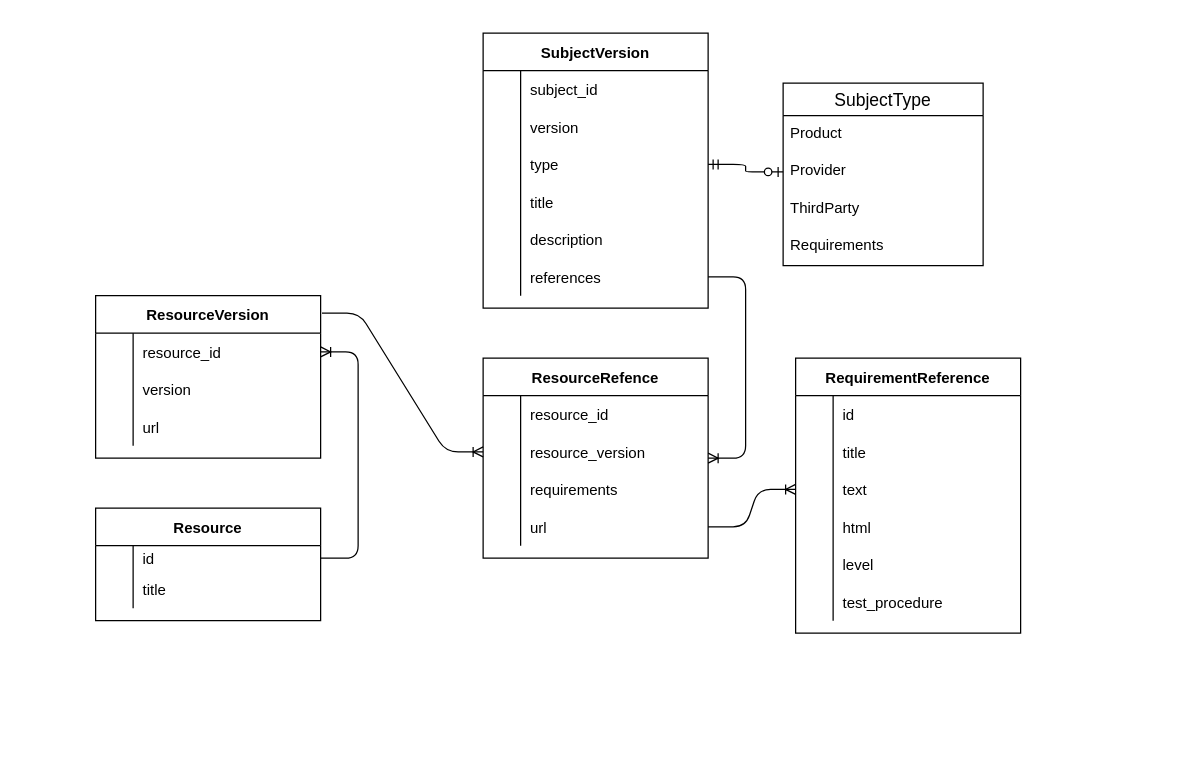
Above: draw.io/DataModell.drawio in spilikin/spegg (draw.io), before the change. Source tidied: cells renumbered, new cells numbered last; positions are measured from the earlier drawing's top-left corner, leaving out a move shared by most shapes. Both pictures are drawn from the tidied source at 125%, with x=0, y=0 at pixel (95, 32).
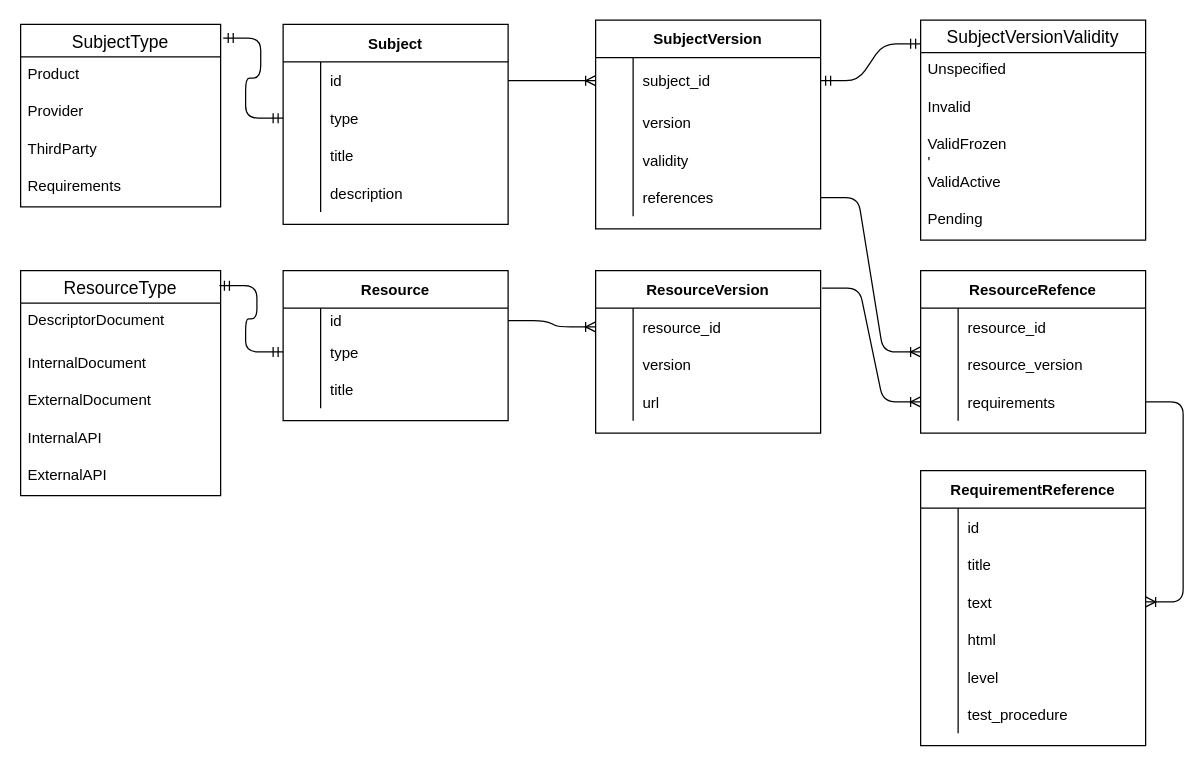
After the change.

The change refers to these unchanged cells:
```xml
<mxCell id="23" value="Provider" style="text;strokeColor=none;fillColor=none;spacingLeft=4;spacingRight=4;overflow=hidden;points=[[0,0.5],[1,0.5]];portConstraint=eastwest;fontSize=12;" parent="21" vertex="1">
  <mxGeometry y="56" width="160" height="30" as="geometry" />
</mxCell>
<mxCell id="32" style="shape=partialRectangle;fillColor=none;top=0;left=0;bottom=0;right=0;points=[[0,0.5],[1,0.5]];portConstraint=eastwest;" parent="28" vertex="1">
  <mxGeometry y="60" width="180" height="30" as="geometry" />
</mxCell>
<mxCell id="35" style="shape=partialRectangle;fillColor=none;top=0;left=0;bottom=0;right=0;points=[[0,0.5],[1,0.5]];portConstraint=eastwest;" parent="28" vertex="1">
  <mxGeometry y="90" width="180" height="30" as="geometry" />
</mxCell>
<mxCell id="51" style="shape=partialRectangle;fillColor=none;top=0;left=0;bottom=0;right=0;points=[[0,0.5],[1,0.5]];portConstraint=eastwest;" parent="44" vertex="1">
  <mxGeometry y="90" width="180" height="30" as="geometry" />
</mxCell>
<mxCell id="64" style="shape=partialRectangle;fillColor=none;top=0;left=0;bottom=0;right=0;points=[[0,0.5],[1,0.5]];portConstraint=eastwest;" parent="63" vertex="1">
  <mxGeometry y="30" width="180" height="30" as="geometry" />
</mxCell>
<mxCell id="74" style="shape=partialRectangle;fillColor=none;top=0;left=0;bottom=0;right=0;points=[[0,0.5],[1,0.5]];portConstraint=eastwest;" parent="73" vertex="1">
  <mxGeometry y="30" width="180" height="20" as="geometry" />
</mxCell>
<mxCell id="77" style="shape=partialRectangle;fillColor=none;top=0;left=0;bottom=0;right=0;points=[[0,0.5],[1,0.5]];portConstraint=eastwest;" parent="73" vertex="1">
  <mxGeometry y="50" width="180" height="30" as="geometry" />
</mxCell>
```

Change to the diagram source:
```diff
@@
     <mxCell id="2" value="SubjectVersion" style="shape=table;startSize=30;childLayout=tableLayout;rowLines=0;fontStyle=1;align=center;" parent="1" vertex="1">
-      <mxGeometry x="310" width="180" height="220" as="geometry" />
+      <mxGeometry x="400" y="-10.5" width="180" height="167" as="geometry" />
     </mxCell>
     <mxCell id="3" style="shape=partialRectangle;fillColor=none;points=[[0,0.5],[1,0.5]];portConstraint=eastwest;top=0;left=0;right=0;bottom=0;" parent="2" vertex="1">
-      <mxGeometry y="30" width="180" height="30" as="geometry" />
+      <mxGeometry y="30" width="180" height="37" as="geometry" />
     </mxCell>
     <mxCell id="4" style="shape=partialRectangle;overflow=hidden;fillColor=none;top=0;left=0;bottom=0;right=0;" parent="3" vertex="1">
-      <mxGeometry width="30" height="30" as="geometry" />
+      <mxGeometry width="30" height="37" as="geometry" />
     </mxCell>
     <mxCell id="5" value="subject_id" style="shape=partialRectangle;overflow=hidden;fillColor=none;top=0;left=0;bottom=0;right=0;align=left;spacingLeft=6;" parent="3" vertex="1">
-      <mxGeometry x="30" width="150" height="30" as="geometry" />
+      <mxGeometry x="30" width="150" height="37" as="geometry" />
     </mxCell>
     <mxCell id="6" style="shape=partialRectangle;fillColor=none;top=0;left=0;right=0;bottom=0;" parent="2" vertex="1">
-      <mxGeometry y="60" width="180" height="30" as="geometry" />
+      <mxGeometry y="67" width="180" height="30" as="geometry" />
     </mxCell>
@@
-    <mxCell id="9" style="shape=partialRectangle;fillColor=none;points=[[0,0.5],[1,0.5]];portConstraint=eastwest;top=0;left=0;right=0;bottom=0;" parent="2" vertex="1">
-      <mxGeometry y="90" width="180" height="30" as="geometry" />
-    </mxCell>
-    <mxCell id="10" style="shape=partialRectangle;overflow=hidden;fillColor=none;top=0;left=0;bottom=0;right=0;" parent="9" vertex="1">
-      <mxGeometry width="30" height="30" as="geometry" />
-    </mxCell>
-    <mxCell id="11" value="type" style="shape=partialRectangle;overflow=hidden;fillColor=none;top=0;left=0;bottom=0;right=0;align=left;spacingLeft=6;" parent="9" vertex="1">
-      <mxGeometry x="30" width="150" height="30" as="geometry" />
-    </mxCell>
-    <mxCell id="12" style="shape=partialRectangle;fillColor=none;top=0;left=0;right=0;bottom=0;" parent="2" vertex="1">
-      <mxGeometry y="120" width="180" height="30" as="geometry" />
-    </mxCell>
-    <mxCell id="13" style="shape=partialRectangle;overflow=hidden;fillColor=none;top=0;left=0;bottom=0;right=0;" parent="12" vertex="1">
-      <mxGeometry width="30" height="30" as="geometry" />
-    </mxCell>
-    <mxCell id="14" value="title" style="shape=partialRectangle;overflow=hidden;fillColor=none;top=0;left=0;bottom=0;right=0;align=left;spacingLeft=6;" parent="12" vertex="1">
-      <mxGeometry x="30" width="150" height="30" as="geometry" />
-    </mxCell>
-    <mxCell id="15" style="shape=partialRectangle;fillColor=none;top=0;left=0;right=0;bottom=0;" parent="2" vertex="1">
-      <mxGeometry y="150" width="180" height="30" as="geometry" />
-    </mxCell>
-    <mxCell id="16" style="shape=partialRectangle;overflow=hidden;fillColor=none;top=0;left=0;bottom=0;right=0;" parent="15" vertex="1">
-      <mxGeometry width="30" height="30" as="geometry" />
-    </mxCell>
-    <mxCell id="17" value="description" style="shape=partialRectangle;overflow=hidden;fillColor=none;top=0;left=0;bottom=0;right=0;align=left;spacingLeft=6;" parent="15" vertex="1">
-      <mxGeometry x="30" width="150" height="30" as="geometry" />
-    </mxCell>
     <mxCell id="18" style="shape=partialRectangle;fillColor=none;points=[[0,0.5],[1,0.5]];portConstraint=eastwest;top=0;left=0;right=0;bottom=0;" parent="2" vertex="1">
-      <mxGeometry y="180" width="180" height="30" as="geometry" />
+      <mxGeometry y="97" width="180" height="30" as="geometry" />
     </mxCell>
@@
-    <mxCell id="20" value="references" style="shape=partialRectangle;overflow=hidden;fillColor=none;top=0;left=0;bottom=0;right=0;align=left;spacingLeft=6;" parent="18" vertex="1">
+    <mxCell id="20" value="validity" style="shape=partialRectangle;overflow=hidden;fillColor=none;top=0;left=0;bottom=0;right=0;align=left;spacingLeft=6;" parent="18" vertex="1">
       <mxGeometry x="30" width="150" height="30" as="geometry" />
     </mxCell>
+    <mxCell id="80" style="shape=partialRectangle;fillColor=none;points=[[0,0.5],[1,0.5]];portConstraint=eastwest;top=0;left=0;right=0;bottom=0;" parent="2" vertex="1">
+      <mxGeometry y="127" width="180" height="30" as="geometry" />
+    </mxCell>
+    <mxCell id="81" style="shape=partialRectangle;overflow=hidden;fillColor=none;top=0;left=0;bottom=0;right=0;" parent="80" vertex="1">
+      <mxGeometry width="30" height="30" as="geometry" />
+    </mxCell>
+    <mxCell id="82" value="references" style="shape=partialRectangle;overflow=hidden;fillColor=none;top=0;left=0;bottom=0;right=0;align=left;spacingLeft=6;" parent="80" vertex="1">
+      <mxGeometry x="30" width="150" height="30" as="geometry" />
+    </mxCell>
     <mxCell id="21" value="SubjectType" style="swimlane;fontStyle=0;horizontal=1;startSize=26;align=center;fontSize=14;" parent="1" vertex="1">
-      <mxGeometry x="550" y="40" width="160" height="146" as="geometry" />
+      <mxGeometry x="-60" y="-7" width="160" height="146" as="geometry" />
     </mxCell>
@@
-    <mxCell id="26" style="edgeStyle=entityRelationEdgeStyle;fontSize=12;html=1;endArrow=ERzeroToOne;startArrow=ERmandOne;entryX=0;entryY=0.5;entryDx=0;entryDy=0;exitX=1;exitY=0.5;exitDx=0;exitDy=0;" parent="1" edge="1" source="9" target="23">
-      <mxGeometry relative="1" as="geometry" />
-    </mxCell>
-    <mxCell id="27" style="edgeStyle=entityRelationEdgeStyle;fontSize=12;html=1;endArrow=ERoneToMany;exitX=1;exitY=0.5;exitDx=0;exitDy=0;" parent="1" edge="1" source="18" target="28">
+    <mxCell id="27" style="edgeStyle=entityRelationEdgeStyle;fontSize=12;html=1;endArrow=ERoneToMany;exitX=1;exitY=0.5;exitDx=0;exitDy=0;" parent="1" edge="1" source="80" target="28">
       <mxGeometry relative="1" as="geometry" />
     </mxCell>
     <mxCell id="28" value="ResourceRefence" style="shape=table;startSize=30;childLayout=tableLayout;rowLines=0;fontStyle=1;align=center;" parent="1" vertex="1">
-      <mxGeometry x="310" y="260" width="180" height="160" as="geometry" />
+      <mxGeometry x="660" y="190" width="180" height="130" as="geometry" />
     </mxCell>
@@
-    <mxCell id="38" style="shape=partialRectangle;fillColor=none;top=0;left=0;bottom=0;right=0;points=[[0,0.5],[1,0.5]];portConstraint=eastwest;" parent="28" vertex="1">
-      <mxGeometry y="120" width="180" height="30" as="geometry" />
-    </mxCell>
-    <mxCell id="39" style="shape=partialRectangle;fillColor=none;top=0;left=0;bottom=0;right=0;overflow=hidden;" parent="38" vertex="1">
-      <mxGeometry width="30" height="30" as="geometry" />
-    </mxCell>
-    <mxCell id="40" value="url" style="shape=partialRectangle;fillColor=none;top=0;left=0;bottom=0;right=0;align=left;spacingLeft=6;overflow=hidden;" parent="38" vertex="1">
-      <mxGeometry x="30" width="150" height="30" as="geometry" />
-    </mxCell>
-    <mxCell id="41" style="edgeStyle=entityRelationEdgeStyle;fontSize=12;html=1;endArrow=ERoneToMany;exitX=1;exitY=0.5;exitDx=0;exitDy=0;entryX=0;entryY=0.5;entryDx=0;entryDy=0;" parent="1" edge="1" source="38" target="51">
+    <mxCell id="41" style="edgeStyle=entityRelationEdgeStyle;fontSize=12;html=1;endArrow=ERoneToMany;exitX=1;exitY=0.5;exitDx=0;exitDy=0;entryX=1;entryY=0.5;entryDx=0;entryDy=0;" parent="1" edge="1" source="35" target="51">
       <mxGeometry relative="1" as="geometry" />
     </mxCell>
-    <mxCell id="42" style="edgeStyle=entityRelationEdgeStyle;fontSize=12;html=1;endArrow=ERoneToMany;exitX=1.006;exitY=0.108;exitDx=0;exitDy=0;entryX=0;entryY=0.5;entryDx=0;entryDy=0;exitPerimeter=0;" parent="1" edge="1" source="63" target="32">
+    <mxCell id="42" style="edgeStyle=entityRelationEdgeStyle;fontSize=12;html=1;endArrow=ERoneToMany;exitX=1.006;exitY=0.108;exitDx=0;exitDy=0;entryX=0;entryY=0.5;entryDx=0;entryDy=0;exitPerimeter=0;" parent="1" edge="1" source="63" target="35">
       <mxGeometry relative="1" as="geometry" />
     </mxCell>
-    <mxCell id="43" style="edgeStyle=entityRelationEdgeStyle;fontSize=12;html=1;endArrow=ERoneToMany;entryX=1;entryY=0.5;entryDx=0;entryDy=0;exitX=1;exitY=0.5;exitDx=0;exitDy=0;" parent="1" edge="1" source="74" target="64">
+    <mxCell id="43" style="edgeStyle=entityRelationEdgeStyle;fontSize=12;html=1;endArrow=ERoneToMany;entryX=0;entryY=0.5;entryDx=0;entryDy=0;exitX=1;exitY=0.5;exitDx=0;exitDy=0;" parent="1" edge="1" source="74" target="64">
       <mxGeometry relative="1" as="geometry" />
     </mxCell>
     <mxCell id="44" value="RequirementReference" style="shape=table;startSize=30;childLayout=tableLayout;rowLines=0;fontStyle=1;align=center;" parent="1" vertex="1">
-      <mxGeometry x="560" y="260" width="180" height="220" as="geometry" />
+      <mxGeometry x="660" y="350" width="180" height="220" as="geometry" />
     </mxCell>
@@
     <mxCell id="63" value="ResourceVersion" style="shape=table;startSize=30;childLayout=tableLayout;rowLines=0;fontStyle=1;align=center;" parent="1" vertex="1">
-      <mxGeometry y="210" width="180" height="130" as="geometry" />
+      <mxGeometry x="400" y="190" width="180" height="130" as="geometry" />
     </mxCell>
@@
     <mxCell id="73" value="Resource" style="shape=table;startSize=30;childLayout=tableLayout;rowLines=0;fontStyle=1;align=center;" parent="1" vertex="1">
-      <mxGeometry y="380" width="180" height="90" as="geometry" />
+      <mxGeometry x="150" y="190" width="180" height="120" as="geometry" />
     </mxCell>
@@
-    <mxCell id="79" value="title" style="shape=partialRectangle;fillColor=none;top=0;left=0;bottom=0;right=0;align=left;spacingLeft=6;overflow=hidden;" parent="77" vertex="1">
+    <mxCell id="79" value="type" style="shape=partialRectangle;fillColor=none;top=0;left=0;bottom=0;right=0;align=left;spacingLeft=6;overflow=hidden;" parent="77" vertex="1">
       <mxGeometry x="30" width="150" height="30" as="geometry" />
     </mxCell>
+    <mxCell id="83" style="shape=partialRectangle;fillColor=none;top=0;left=0;bottom=0;right=0;" parent="73" vertex="1">
+      <mxGeometry y="80" width="180" height="30" as="geometry" />
+    </mxCell>
+    <mxCell id="39" style="shape=partialRectangle;fillColor=none;top=0;left=0;bottom=0;right=0;overflow=hidden;" parent="83" vertex="1">
+      <mxGeometry width="30" height="30" as="geometry" />
+    </mxCell>
+    <mxCell id="84" value="title" style="shape=partialRectangle;fillColor=none;top=0;left=0;bottom=0;right=0;align=left;spacingLeft=6;overflow=hidden;" parent="83" vertex="1">
+      <mxGeometry x="30" width="150" height="30" as="geometry" />
+    </mxCell>
+    <mxCell id="85" value="Subject" style="shape=table;startSize=30;childLayout=tableLayout;rowLines=0;fontStyle=1;align=center;" parent="1" vertex="1">
+      <mxGeometry x="150" y="-7" width="180" height="160" as="geometry" />
+    </mxCell>
+    <mxCell id="86" style="shape=partialRectangle;fillColor=none;points=[[0,0.5],[1,0.5]];portConstraint=eastwest;top=0;left=0;right=0;bottom=0;" parent="85" vertex="1">
+      <mxGeometry y="30" width="180" height="30" as="geometry" />
+    </mxCell>
+    <mxCell id="87" style="shape=partialRectangle;overflow=hidden;fillColor=none;top=0;left=0;bottom=0;right=0;" parent="86" vertex="1">
+      <mxGeometry width="30" height="30" as="geometry" />
+    </mxCell>
+    <mxCell id="88" value="id" style="shape=partialRectangle;overflow=hidden;fillColor=none;top=0;left=0;bottom=0;right=0;align=left;spacingLeft=6;" parent="86" vertex="1">
+      <mxGeometry x="30" width="150" height="30" as="geometry" />
+    </mxCell>
+    <mxCell id="89" style="shape=partialRectangle;fillColor=none;points=[[0,0.5],[1,0.5]];portConstraint=eastwest;top=0;left=0;right=0;bottom=0;" parent="85" vertex="1">
+      <mxGeometry y="60" width="180" height="30" as="geometry" />
+    </mxCell>
+    <mxCell id="90" style="shape=partialRectangle;overflow=hidden;fillColor=none;top=0;left=0;bottom=0;right=0;" parent="89" vertex="1">
+      <mxGeometry width="30" height="30" as="geometry" />
+    </mxCell>
+    <mxCell id="11" value="type" style="shape=partialRectangle;overflow=hidden;fillColor=none;top=0;left=0;bottom=0;right=0;align=left;spacingLeft=6;" parent="89" vertex="1">
+      <mxGeometry x="30" width="150" height="30" as="geometry" />
+    </mxCell>
+    <mxCell id="9" style="shape=partialRectangle;fillColor=none;points=[[0,0.5],[1,0.5]];portConstraint=eastwest;top=0;left=0;right=0;bottom=0;" parent="85" vertex="1">
+      <mxGeometry y="90" width="180" height="30" as="geometry" />
+    </mxCell>
+    <mxCell id="91" style="shape=partialRectangle;overflow=hidden;fillColor=none;top=0;left=0;bottom=0;right=0;" parent="9" vertex="1">
+      <mxGeometry width="30" height="30" as="geometry" />
+    </mxCell>
+    <mxCell id="14" value="title" style="shape=partialRectangle;overflow=hidden;fillColor=none;top=0;left=0;bottom=0;right=0;align=left;spacingLeft=6;" parent="9" vertex="1">
+      <mxGeometry x="30" width="150" height="30" as="geometry" />
+    </mxCell>
+    <mxCell id="12" style="shape=partialRectangle;fillColor=none;top=0;left=0;right=0;bottom=0;" parent="85" vertex="1">
+      <mxGeometry y="120" width="180" height="30" as="geometry" />
+    </mxCell>
+    <mxCell id="92" style="shape=partialRectangle;overflow=hidden;fillColor=none;top=0;left=0;bottom=0;right=0;" parent="12" vertex="1">
+      <mxGeometry width="30" height="30" as="geometry" />
+    </mxCell>
+    <mxCell id="17" value="description" style="shape=partialRectangle;overflow=hidden;fillColor=none;top=0;left=0;bottom=0;right=0;align=left;spacingLeft=6;" parent="12" vertex="1">
+      <mxGeometry x="30" width="150" height="30" as="geometry" />
+    </mxCell>
+    <mxCell id="93" style="edgeStyle=entityRelationEdgeStyle;fontSize=12;html=1;endArrow=ERoneToMany;exitX=1;exitY=0.5;exitDx=0;exitDy=0;entryX=0;entryY=0.5;entryDx=0;entryDy=0;" parent="1" edge="1" source="86" target="3">
+      <mxGeometry relative="1" as="geometry" />
+    </mxCell>
+    <mxCell id="94" value="ResourceType" style="swimlane;fontStyle=0;horizontal=1;startSize=26;align=center;fontSize=14;" parent="1" vertex="1">
+      <mxGeometry x="-60" y="190" width="160" height="180" as="geometry" />
+    </mxCell>
+    <mxCell id="95" value="DescriptorDocument" style="text;strokeColor=none;fillColor=none;spacingLeft=4;spacingRight=4;overflow=hidden;fontSize=12;" parent="94" vertex="1">
+      <mxGeometry y="26" width="160" height="34" as="geometry" />
+    </mxCell>
+    <mxCell id="96" value="InternalDocument" style="text;strokeColor=none;fillColor=none;spacingLeft=4;spacingRight=4;overflow=hidden;fontSize=12;" parent="94" vertex="1">
+      <mxGeometry y="60" width="160" height="30" as="geometry" />
+    </mxCell>
+    <mxCell id="97" value="ExternalDocument" style="text;strokeColor=none;fillColor=none;spacingLeft=4;spacingRight=4;overflow=hidden;fontSize=12;" parent="94" vertex="1">
+      <mxGeometry y="90" width="160" height="30" as="geometry" />
+    </mxCell>
+    <mxCell id="98" value="InternalAPI" style="text;strokeColor=none;fillColor=none;spacingLeft=4;spacingRight=4;overflow=hidden;fontSize=12;" parent="94" vertex="1">
+      <mxGeometry y="120" width="160" height="30" as="geometry" />
+    </mxCell>
+    <mxCell id="99" value="ExternalAPI" style="text;strokeColor=none;fillColor=none;spacingLeft=4;spacingRight=4;overflow=hidden;fontSize=12;" parent="94" vertex="1">
+      <mxGeometry y="150" width="160" height="30" as="geometry" />
+    </mxCell>
+    <mxCell id="100" style="edgeStyle=entityRelationEdgeStyle;fontSize=12;html=1;endArrow=ERmandOne;startArrow=ERmandOne;exitX=1.013;exitY=0.075;exitDx=0;exitDy=0;exitPerimeter=0;" parent="1" edge="1" source="21" target="89">
+      <mxGeometry relative="1" as="geometry" />
+    </mxCell>
+    <mxCell id="101" value="SubjectVersionValidity" style="swimlane;fontStyle=0;horizontal=1;startSize=26;align=center;fontSize=14;" parent="1" vertex="1">
+      <mxGeometry x="660" y="-10.5" width="180" height="176" as="geometry" />
+    </mxCell>
+    <mxCell id="102" value="Unspecified" style="text;strokeColor=none;fillColor=none;spacingLeft=4;spacingRight=4;overflow=hidden;fontSize=12;" parent="101" vertex="1">
+      <mxGeometry y="26" width="180" height="30" as="geometry" />
+    </mxCell>
+    <mxCell id="103" value="Invalid" style="text;strokeColor=none;fillColor=none;spacingLeft=4;spacingRight=4;overflow=hidden;fontSize=12;" parent="101" vertex="1">
+      <mxGeometry y="56" width="180" height="30" as="geometry" />
+    </mxCell>
+    <mxCell id="104" value="    ValidFrozen&#10;'" style="text;strokeColor=none;fillColor=none;spacingLeft=4;spacingRight=4;overflow=hidden;fontSize=12;" parent="101" vertex="1">
+      <mxGeometry y="86" width="180" height="30" as="geometry" />
+    </mxCell>
+    <mxCell id="105" value="ValidActive" style="text;strokeColor=none;fillColor=none;spacingLeft=4;spacingRight=4;overflow=hidden;fontSize=12;" parent="101" vertex="1">
+      <mxGeometry y="116" width="180" height="30" as="geometry" />
+    </mxCell>
+    <mxCell id="106" value="Pending" style="text;strokeColor=none;fillColor=none;spacingLeft=4;spacingRight=4;overflow=hidden;fontSize=12;" parent="101" vertex="1">
+      <mxGeometry y="146" width="180" height="30" as="geometry" />
+    </mxCell>
+    <mxCell id="107" style="edgeStyle=entityRelationEdgeStyle;fontSize=12;html=1;endArrow=ERmandOne;startArrow=ERmandOne;exitX=1;exitY=0.5;exitDx=0;exitDy=0;entryX=0;entryY=0.108;entryDx=0;entryDy=0;entryPerimeter=0;" parent="1" edge="1" source="3" target="101">
+      <mxGeometry relative="1" as="geometry" />
+    </mxCell>
+    <mxCell id="108" style="edgeStyle=entityRelationEdgeStyle;fontSize=12;html=1;endArrow=ERmandOne;startArrow=ERmandOne;exitX=0.994;exitY=0.067;exitDx=0;exitDy=0;exitPerimeter=0;entryX=0;entryY=0.5;entryDx=0;entryDy=0;" parent="1" edge="1" source="94" target="77">
+      <mxGeometry relative="1" as="geometry" />
+    </mxCell>
```
